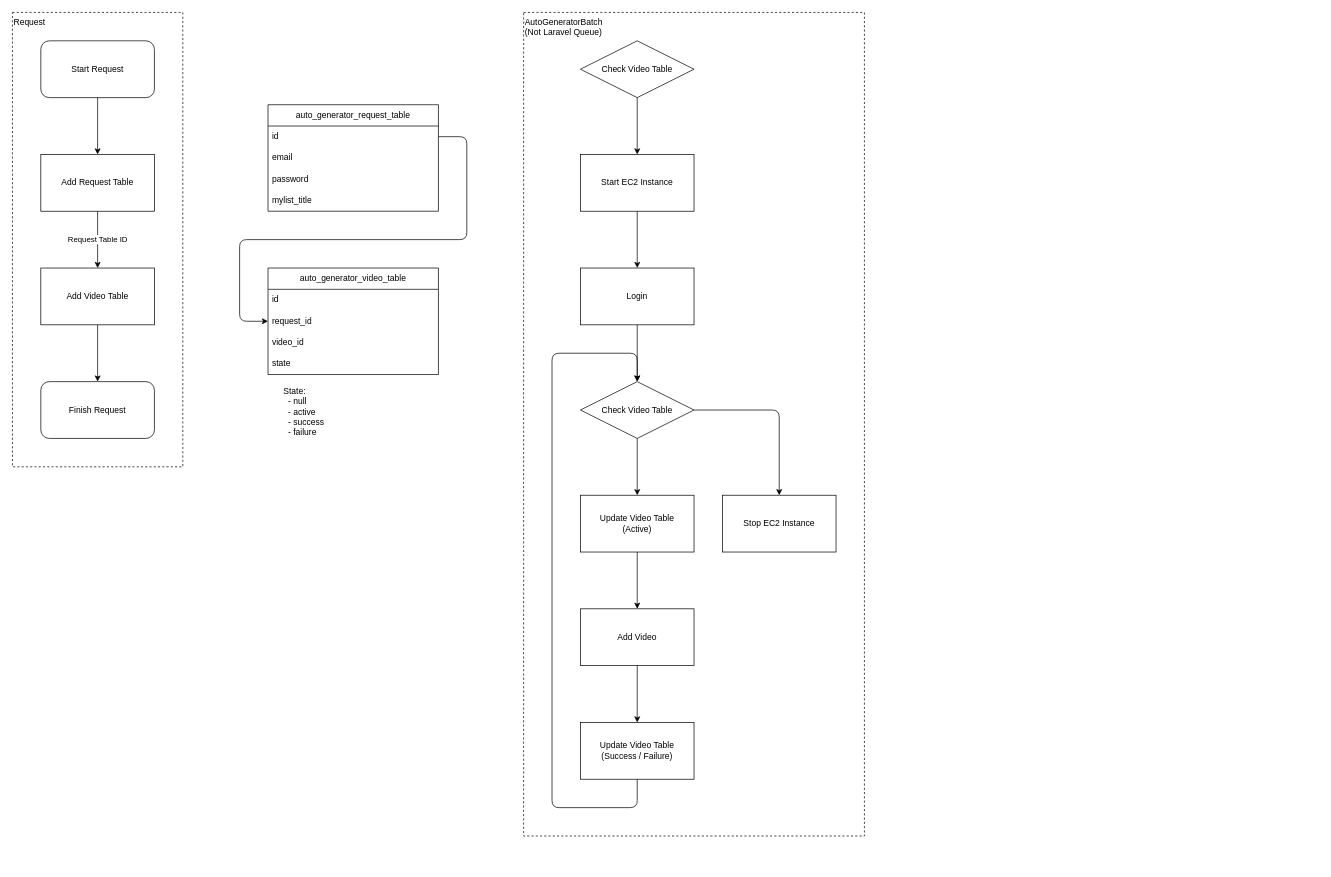
Earlier version of the draw.io diagram page "About" (1 of 2) of Doc/AutomaticNiconicoMylistGenerator/assets/assets.drawio (PONzu-0529/ponzu0529-niconico). Source tidied: cells renumbered, new cells numbered last; positions are measured from the earlier drawing's top-left corner, leaving out a move shared by most shapes. Both pictures are drawn from the tidied source at 71%, with x=0, y=0 at pixel (12, 12).
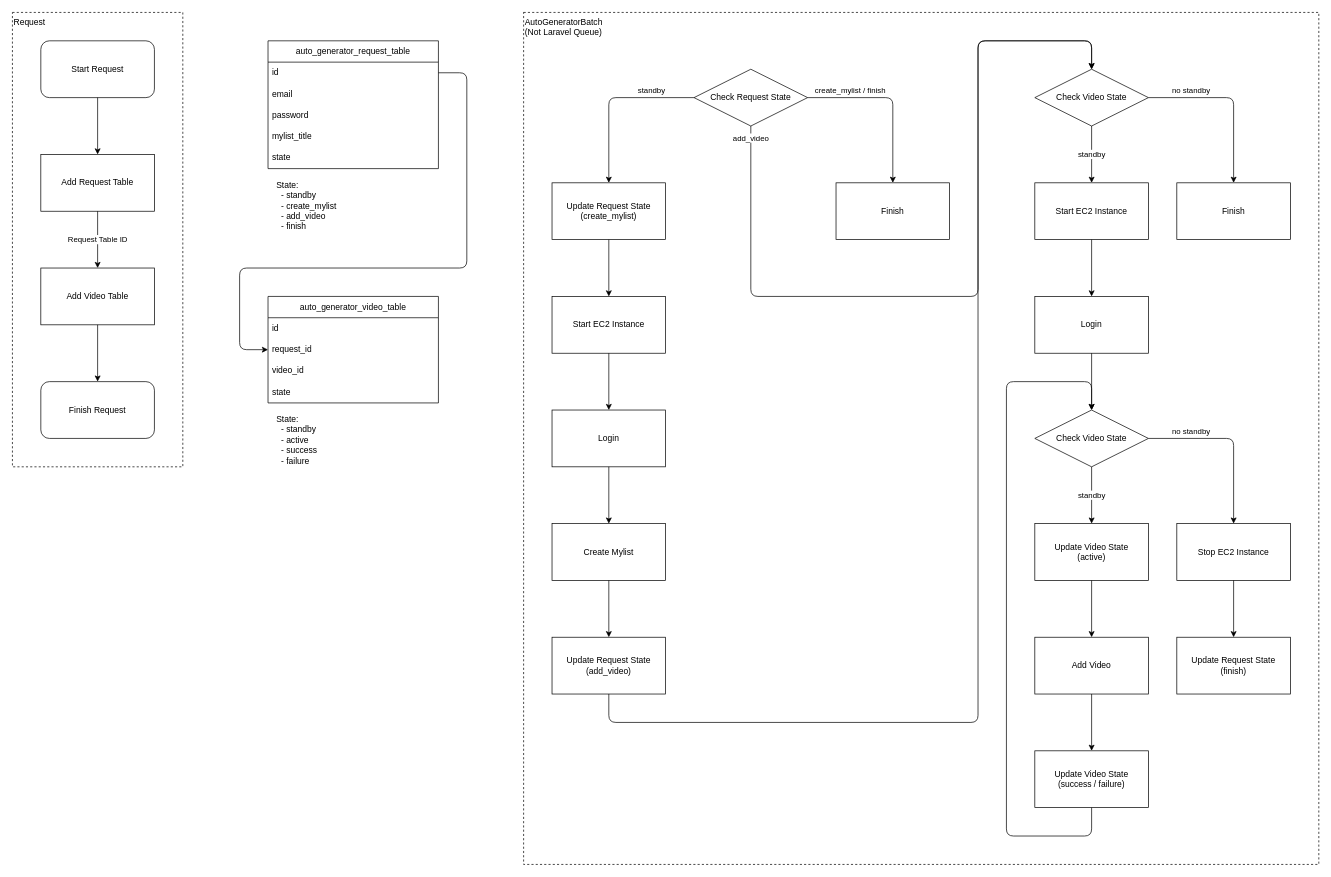
The same page after the edit.

Unchanged cells that the change refers to:
```xml
<mxCell id="28" value="id" style="text;strokeColor=none;fillColor=none;align=left;verticalAlign=middle;spacingLeft=4;spacingRight=4;overflow=hidden;points=[[0,0.5],[1,0.5]];portConstraint=eastwest;whiteSpace=wrap;html=1;dashed=1;" parent="27" vertex="1">
  <mxGeometry y="30" width="240" height="30" as="geometry" />
</mxCell>
<mxCell id="34" value="request_id" style="text;strokeColor=none;fillColor=none;align=left;verticalAlign=middle;spacingLeft=4;spacingRight=4;overflow=hidden;points=[[0,0.5],[1,0.5]];portConstraint=eastwest;whiteSpace=wrap;html=1;" parent="32" vertex="1">
  <mxGeometry y="60" width="240" height="30" as="geometry" />
</mxCell>
```

Change to the diagram source:
```diff
@@
     <mxCell id="2" value="AutoGeneratorBatch&lt;br&gt;(Not Laravel Queue)" style="rounded=0;whiteSpace=wrap;html=1;fillColor=none;dashed=1;verticalAlign=top;align=left;" parent="1" vertex="1">
-      <mxGeometry x="720" width="480" height="1160" as="geometry" />
+      <mxGeometry x="720" width="1120" height="1200" as="geometry" />
     </mxCell>
-    <mxCell id="3" style="edgeStyle=none;html=1;exitX=0.5;exitY=1;exitDx=0;exitDy=0;entryX=0.5;entryY=0;entryDx=0;entryDy=0;" parent="1" edge="1" source="4" target="6">
+    <mxCell id="3" value="standby" style="edgeStyle=none;html=1;exitX=0.5;exitY=1;exitDx=0;exitDy=0;entryX=0.5;entryY=0;entryDx=0;entryDy=0;" parent="1" edge="1" source="4" target="6">
       <mxGeometry relative="1" as="geometry" />
     </mxCell>
+    <mxCell id="39" value="no standby" style="edgeStyle=none;html=1;exitX=1;exitY=0.5;exitDx=0;exitDy=0;entryX=0.5;entryY=0;entryDx=0;entryDy=0;" parent="1" edge="1" source="4" target="58">
+      <mxGeometry x="-0.5" y="10" relative="1" as="geometry">
+        <Array as="points">
+          <mxPoint x="1720" y="120" />
+        </Array>
+      </mxGeometry>
+    </mxCell>
-    <mxCell id="4" value="Check Video Table" style="rhombus;whiteSpace=wrap;html=1;fillColor=none;" parent="1" vertex="1">
-      <mxGeometry x="800" y="40" width="160" height="80" as="geometry" />
+    <mxCell id="4" value="Check Video State" style="rhombus;whiteSpace=wrap;html=1;fillColor=none;" parent="1" vertex="1">
+      <mxGeometry x="1440" y="80" width="160" height="80" as="geometry" />
     </mxCell>
@@
     <mxCell id="6" value="Start EC2 Instance" style="rounded=0;whiteSpace=wrap;html=1;fillColor=none;" parent="1" vertex="1">
-      <mxGeometry x="800" y="200" width="160" height="80" as="geometry" />
+      <mxGeometry x="1440" y="240" width="160" height="80" as="geometry" />
     </mxCell>
@@
     <mxCell id="8" value="Login" style="rounded=0;whiteSpace=wrap;html=1;fillColor=none;" parent="1" vertex="1">
-      <mxGeometry x="800" y="360" width="160" height="80" as="geometry" />
+      <mxGeometry x="1440" y="400" width="160" height="80" as="geometry" />
     </mxCell>
-    <mxCell id="9" style="edgeStyle=none;html=1;exitX=1;exitY=0.5;exitDx=0;exitDy=0;entryX=0.5;entryY=0;entryDx=0;entryDy=0;" parent="1" edge="1" source="11" target="14">
-      <mxGeometry relative="1" as="geometry">
+    <mxCell id="9" value="no standby" style="edgeStyle=none;html=1;exitX=1;exitY=0.5;exitDx=0;exitDy=0;entryX=0.5;entryY=0;entryDx=0;entryDy=0;" parent="1" edge="1" source="11" target="14">
+      <mxGeometry x="-0.5" y="10" relative="1" as="geometry">
         <Array as="points">
-          <mxPoint x="1080" y="560" />
+          <mxPoint x="1720" y="600" />
         </Array>
       </mxGeometry>
     </mxCell>
-    <mxCell id="10" style="edgeStyle=none;html=1;exitX=0.5;exitY=1;exitDx=0;exitDy=0;entryX=0.5;entryY=0;entryDx=0;entryDy=0;" parent="1" edge="1" source="11" target="13">
+    <mxCell id="10" value="standby" style="edgeStyle=none;html=1;exitX=0.5;exitY=1;exitDx=0;exitDy=0;entryX=0.5;entryY=0;entryDx=0;entryDy=0;" parent="1" edge="1" source="11" target="13">
       <mxGeometry relative="1" as="geometry" />
     </mxCell>
-    <mxCell id="11" value="Check Video Table" style="rhombus;whiteSpace=wrap;html=1;fillColor=none;" parent="1" vertex="1">
-      <mxGeometry x="800" y="520" width="160" height="80" as="geometry" />
+    <mxCell id="11" value="Check Video State" style="rhombus;whiteSpace=wrap;html=1;fillColor=none;" parent="1" vertex="1">
+      <mxGeometry x="1440" y="560" width="160" height="80" as="geometry" />
     </mxCell>
@@
-    <mxCell id="13" value="Update Video Table&lt;br&gt;(Active)" style="rounded=0;whiteSpace=wrap;html=1;fillColor=none;" parent="1" vertex="1">
-      <mxGeometry x="800" y="680" width="160" height="80" as="geometry" />
+    <mxCell id="13" value="Update Video State&lt;br&gt;(active)" style="rounded=0;whiteSpace=wrap;html=1;fillColor=none;" parent="1" vertex="1">
+      <mxGeometry x="1440" y="720" width="160" height="80" as="geometry" />
     </mxCell>
+    <mxCell id="40" style="edgeStyle=none;html=1;exitX=0.5;exitY=1;exitDx=0;exitDy=0;entryX=0.5;entryY=0;entryDx=0;entryDy=0;" parent="1" edge="1" source="14" target="47">
+      <mxGeometry relative="1" as="geometry" />
+    </mxCell>
     <mxCell id="14" value="Stop EC2 Instance" style="rounded=0;whiteSpace=wrap;html=1;fillColor=none;" parent="1" vertex="1">
-      <mxGeometry x="1000" y="680" width="160" height="80" as="geometry" />
+      <mxGeometry x="1640" y="720" width="160" height="80" as="geometry" />
     </mxCell>
     <mxCell id="15" style="edgeStyle=none;html=1;exitX=0.5;exitY=1;exitDx=0;exitDy=0;entryX=0.5;entryY=0;entryDx=0;entryDy=0;" parent="1" edge="1" source="16" target="11">
       <mxGeometry relative="1" as="geometry">
         <Array as="points">
-          <mxPoint x="880" y="1120" />
-          <mxPoint x="760" y="1120" />
-          <mxPoint x="760" y="480" />
-          <mxPoint x="880" y="480" />
+          <mxPoint x="1520" y="1160" />
+          <mxPoint x="1400" y="1160" />
+          <mxPoint x="1400" y="520" />
+          <mxPoint x="1520" y="520" />
         </Array>
       </mxGeometry>
     </mxCell>
-    <mxCell id="16" value="Update Video Table&lt;br&gt;(Success / Failure)" style="rounded=0;whiteSpace=wrap;html=1;fillColor=none;" parent="1" vertex="1">
-      <mxGeometry x="800" y="1000" width="160" height="80" as="geometry" />
+    <mxCell id="16" value="Update Video State&lt;br&gt;(success / failure)" style="rounded=0;whiteSpace=wrap;html=1;fillColor=none;" parent="1" vertex="1">
+      <mxGeometry x="1440" y="1040" width="160" height="80" as="geometry" />
     </mxCell>
@@
     <mxCell id="18" value="Add Video" style="rounded=0;whiteSpace=wrap;html=1;fillColor=none;" parent="1" vertex="1">
-      <mxGeometry x="800" y="840" width="160" height="80" as="geometry" />
+      <mxGeometry x="1440" y="880" width="160" height="80" as="geometry" />
     </mxCell>
@@
     <mxCell id="27" value="auto_generator_request_table" style="swimlane;fontStyle=0;horizontal=1;startSize=30;whiteSpace=wrap;html=1;" parent="1" vertex="1">
-      <mxGeometry x="360" y="130" width="240" height="150" as="geometry" />
+      <mxGeometry x="360" y="40" width="240" height="180" as="geometry" />
     </mxCell>
@@
+    <mxCell id="41" value="state" style="text;strokeColor=none;fillColor=none;align=left;verticalAlign=middle;spacingLeft=4;spacingRight=4;overflow=hidden;whiteSpace=wrap;html=1;" parent="27" vertex="1">
+      <mxGeometry y="150" width="240" height="30" as="geometry" />
+    </mxCell>
     <mxCell id="32" value="auto_generator_video_table" style="swimlane;fontStyle=0;horizontal=1;startSize=30;whiteSpace=wrap;html=1;" parent="1" vertex="1">
-      <mxGeometry x="360" y="360" width="240" height="150" as="geometry" />
+      <mxGeometry x="360" y="400" width="240" height="150" as="geometry" />
     </mxCell>
@@
+    <mxCell id="38" value="State:&lt;br&gt;&amp;nbsp; - standby&lt;br&gt;&amp;nbsp; - active&lt;br&gt;&amp;nbsp; - success&lt;br&gt;&amp;nbsp; - failure" style="text;html=1;strokeColor=none;fillColor=none;align=left;verticalAlign=top;whiteSpace=wrap;rounded=0;dashed=1;" parent="1" vertex="1">
+      <mxGeometry x="370" y="560" width="70" height="90" as="geometry" />
+    </mxCell>
+    <mxCell id="42" value="State:&lt;br&gt;&amp;nbsp; - standby&lt;br&gt;&amp;nbsp; - create_mylist&lt;br&gt;&amp;nbsp; - add_video&lt;br&gt;&amp;nbsp; - finish" style="text;html=1;strokeColor=none;fillColor=none;align=left;verticalAlign=top;whiteSpace=wrap;rounded=0;dashed=1;" parent="1" vertex="1">
+      <mxGeometry x="370" y="230" width="100" height="90" as="geometry" />
+    </mxCell>
     <mxCell id="37" style="edgeStyle=none;html=1;exitX=1;exitY=0.5;exitDx=0;exitDy=0;entryX=0;entryY=0.5;entryDx=0;entryDy=0;" parent="1" edge="1" source="28" target="34">
       <mxGeometry relative="1" as="geometry">
         <Array as="points">
-          <mxPoint x="640" y="175" />
-          <mxPoint x="640" y="320" />
-          <mxPoint x="320" y="320" />
-          <mxPoint x="320" y="435" />
+          <mxPoint x="640" y="85" />
+          <mxPoint x="640" y="360" />
+          <mxPoint x="320" y="360" />
+          <mxPoint x="320" y="475" />
         </Array>
       </mxGeometry>
     </mxCell>
-    <mxCell id="38" value="State:&lt;br&gt;&amp;nbsp; - null&lt;br&gt;&amp;nbsp; - active&lt;br&gt;&amp;nbsp; - success&lt;br&gt;&amp;nbsp; - failure" style="text;html=1;strokeColor=none;fillColor=none;align=left;verticalAlign=top;whiteSpace=wrap;rounded=0;dashed=1;" parent="1" vertex="1">
-      <mxGeometry x="380" y="520" width="70" height="90" as="geometry" />
-    </mxCell>
+    <mxCell id="43" value="standby" style="edgeStyle=none;html=1;exitX=0;exitY=0.5;exitDx=0;exitDy=0;entryX=0.5;entryY=0;entryDx=0;entryDy=0;" parent="1" edge="1" source="46" target="53">
+      <mxGeometry x="-0.5" y="-10" relative="1" as="geometry">
+        <Array as="points">
+          <mxPoint x="840" y="120" />
+        </Array>
+      </mxGeometry>
+    </mxCell>
+    <mxCell id="44" value="create_mylist / finish" style="edgeStyle=none;html=1;exitX=1;exitY=0.5;exitDx=0;exitDy=0;entryX=0.5;entryY=0;entryDx=0;entryDy=0;" parent="1" edge="1" source="46" target="59">
+      <mxGeometry x="-0.5" y="10" relative="1" as="geometry">
+        <Array as="points">
+          <mxPoint x="1240" y="120" />
+        </Array>
+      </mxGeometry>
+    </mxCell>
+    <mxCell id="45" value="add_video" style="edgeStyle=none;html=1;exitX=0.5;exitY=1;exitDx=0;exitDy=0;entryX=0.5;entryY=0;entryDx=0;entryDy=0;" parent="1" edge="1" source="46" target="4">
+      <mxGeometry x="-0.97" relative="1" as="geometry">
+        <Array as="points">
+          <mxPoint x="1040" y="400" />
+          <mxPoint x="1360" y="400" />
+          <mxPoint x="1360" y="40" />
+          <mxPoint x="1520" y="40" />
+        </Array>
+      </mxGeometry>
+    </mxCell>
+    <mxCell id="46" value="Check Request State" style="rhombus;whiteSpace=wrap;html=1;fillColor=none;" parent="1" vertex="1">
+      <mxGeometry x="960" y="80" width="160" height="80" as="geometry" />
+    </mxCell>
+    <mxCell id="47" value="Update Request State&lt;br&gt;(finish)" style="rounded=0;whiteSpace=wrap;html=1;fillColor=none;" parent="1" vertex="1">
+      <mxGeometry x="1640" y="880" width="160" height="80" as="geometry" />
+    </mxCell>
+    <mxCell id="48" style="edgeStyle=none;html=1;exitX=0.5;exitY=1;exitDx=0;exitDy=0;entryX=0.5;entryY=0;entryDx=0;entryDy=0;" parent="1" edge="1" source="49" target="51">
+      <mxGeometry relative="1" as="geometry" />
+    </mxCell>
+    <mxCell id="49" value="Start EC2 Instance" style="rounded=0;whiteSpace=wrap;html=1;fillColor=none;" parent="1" vertex="1">
+      <mxGeometry x="760" y="400" width="160" height="80" as="geometry" />
+    </mxCell>
+    <mxCell id="50" style="edgeStyle=none;html=1;exitX=0.5;exitY=1;exitDx=0;exitDy=0;entryX=0.5;entryY=0;entryDx=0;entryDy=0;startArrow=none;startFill=0;" parent="1" edge="1" source="51" target="55">
+      <mxGeometry relative="1" as="geometry" />
+    </mxCell>
+    <mxCell id="51" value="Login" style="rounded=0;whiteSpace=wrap;html=1;fillColor=none;" parent="1" vertex="1">
+      <mxGeometry x="760" y="560" width="160" height="80" as="geometry" />
+    </mxCell>
+    <mxCell id="52" style="edgeStyle=none;html=1;exitX=0.5;exitY=1;exitDx=0;exitDy=0;entryX=0.5;entryY=0;entryDx=0;entryDy=0;" parent="1" edge="1" source="53" target="49">
+      <mxGeometry relative="1" as="geometry" />
+    </mxCell>
+    <mxCell id="53" value="Update Request State&lt;br&gt;(create_mylist)" style="rounded=0;whiteSpace=wrap;html=1;fillColor=none;" parent="1" vertex="1">
+      <mxGeometry x="760" y="240" width="160" height="80" as="geometry" />
+    </mxCell>
+    <mxCell id="54" style="edgeStyle=none;html=1;exitX=0.5;exitY=1;exitDx=0;exitDy=0;entryX=0.5;entryY=0;entryDx=0;entryDy=0;startArrow=none;startFill=0;" parent="1" edge="1" source="55" target="57">
+      <mxGeometry relative="1" as="geometry" />
+    </mxCell>
+    <mxCell id="55" value="Create Mylist" style="rounded=0;whiteSpace=wrap;html=1;fillColor=none;" parent="1" vertex="1">
+      <mxGeometry x="760" y="720" width="160" height="80" as="geometry" />
+    </mxCell>
+    <mxCell id="56" style="edgeStyle=none;html=1;exitX=0.5;exitY=1;exitDx=0;exitDy=0;entryX=0.5;entryY=0;entryDx=0;entryDy=0;" parent="1" edge="1" source="57" target="4">
+      <mxGeometry relative="1" as="geometry">
+        <Array as="points">
+          <mxPoint x="840" y="1000" />
+          <mxPoint x="1360" y="1000" />
+          <mxPoint x="1360" y="40" />
+          <mxPoint x="1520" y="40" />
+        </Array>
+      </mxGeometry>
+    </mxCell>
+    <mxCell id="57" value="Update Request State&lt;br&gt;(add_video)" style="rounded=0;whiteSpace=wrap;html=1;fillColor=none;" parent="1" vertex="1">
+      <mxGeometry x="760" y="880" width="160" height="80" as="geometry" />
+    </mxCell>
+    <mxCell id="58" value="Finish" style="rounded=0;whiteSpace=wrap;html=1;fillColor=none;" parent="1" vertex="1">
+      <mxGeometry x="1640" y="240" width="160" height="80" as="geometry" />
+    </mxCell>
+    <mxCell id="59" value="Finish" style="rounded=0;whiteSpace=wrap;html=1;fillColor=none;" parent="1" vertex="1">
+      <mxGeometry x="1160" y="240" width="160" height="80" as="geometry" />
+    </mxCell>
```
